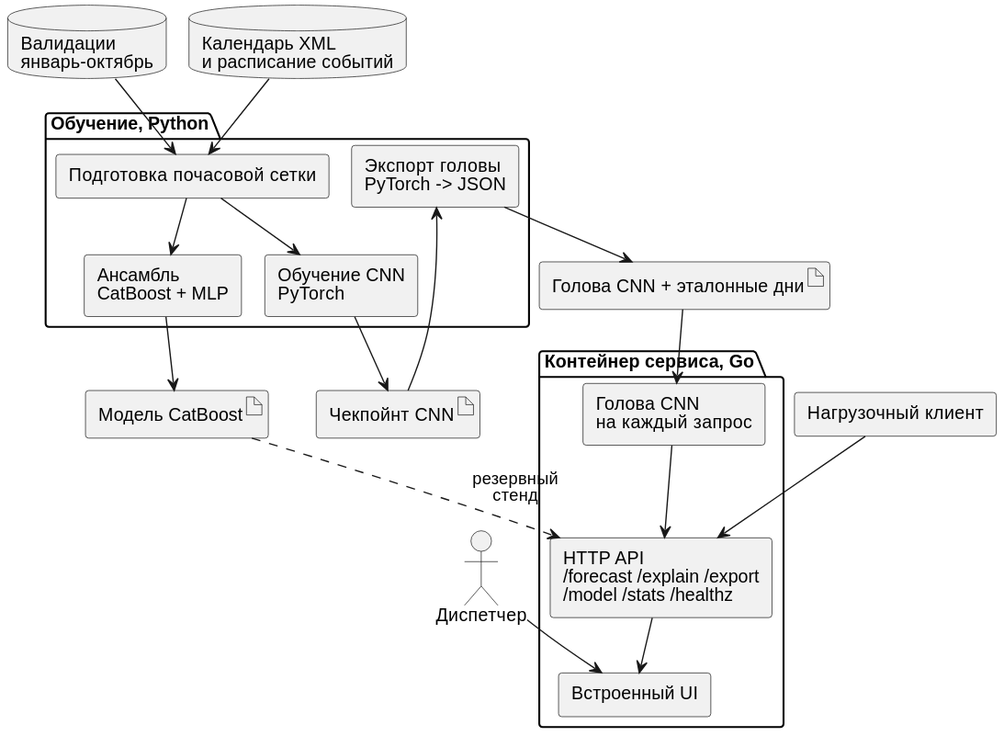
George573/trans_predicting keeps this PlantUML diagram as final/docs/img/diagram-components.svg. Above is the earlier version.
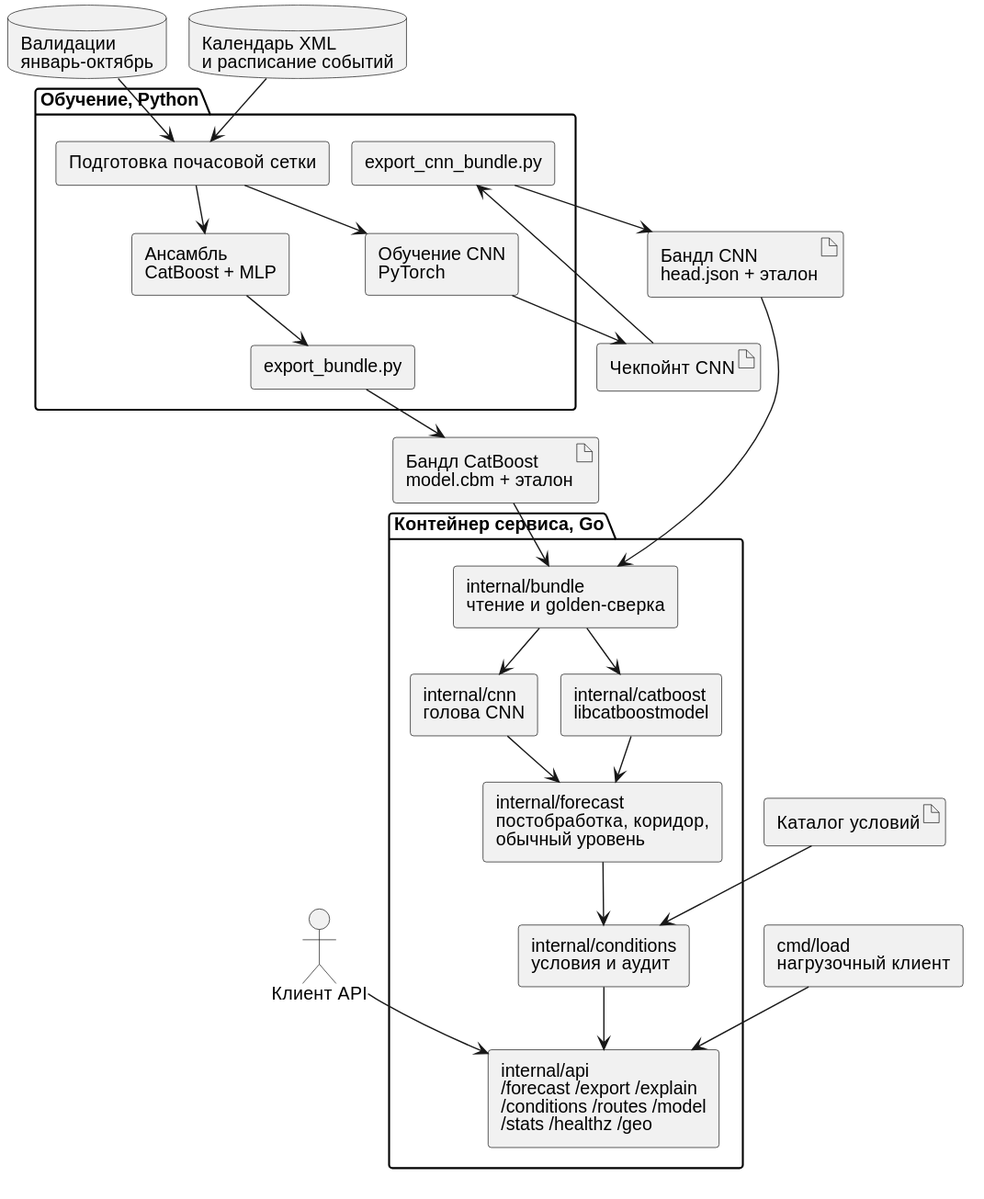
Later version of the same file.

Commit message:
docs: redrew the service diagrams for the two-model API

Diff of the diagram source:
```diff
@@ -3,36 +3,47 @@
 skinparam componentStyle rectangle
 skinparam shadowing false
 skinparam defaultFontName Helvetica
-actor "Диспетчер" as user
+actor "Клиент API" as user
 package "Обучение, Python" {
   [Подготовка почасовой сетки] as prep
   [Обучение CNN\nPyTorch] as train
-  [Экспорт головы\nPyTorch -> JSON] as export
   [Ансамбль\nCatBoost + MLP] as ens
+  [export_cnn_bundle.py] as excnn
+  [export_bundle.py] as excb
 }
 database "Валидации\nянварь-октябрь" as data
 database "Календарь XML\nи расписание событий" as cal
 artifact "Чекпойнт CNN" as ckpt
-artifact "Голова CNN + эталонные дни" as head
-artifact "Модель CatBoost" as cbm
+artifact "Бандл CNN\nhead.json + эталон" as bcnn
+artifact "Бандл CatBoost\nmodel.cbm + эталон" as bcb
+artifact "Каталог условий" as cond
 package "Контейнер сервиса, Go" {
-  [HTTP API\n/forecast /explain /export\n/model /stats /healthz] as api
-  [Голова CNN\nна каждый запрос] as cnnhead
-  [Встроенный UI] as ui
+  [internal/bundle\nчтение и golden-сверка] as bundle
+  [internal/cnn\nголова CNN] as cnn
+  [internal/catboost\nlibcatboostmodel] as cb
+  [internal/forecast\nпостобработка, коридор,\nобычный уровень] as fc
+  [internal/conditions\nусловия и аудит] as cn
+  [internal/api\n/forecast /export /explain\n/conditions /routes /model\n/stats /healthz /geo] as api
 }
-[Нагрузочный клиент] as load
+[cmd/load\nнагрузочный клиент] as load
 data --> prep
 cal --> prep
 prep --> train
 prep --> ens
 train --> ckpt
-ckpt --> export
-export --> head
-head --> cnnhead
-ens --> cbm
-cbm ..> api : резервный\nстенд
-cnnhead --> api
-api --> ui
-user --> ui
+ckpt --> excnn
+excnn --> bcnn
+ens --> excb
+excb --> bcb
+bcnn --> bundle
+bcb --> bundle
+cond --> cn
+bundle --> cnn
+bundle --> cb
+cnn --> fc
+cb --> fc
+fc --> cn
+cn --> api
+user --> api
 load --> api
 @enduml
```
